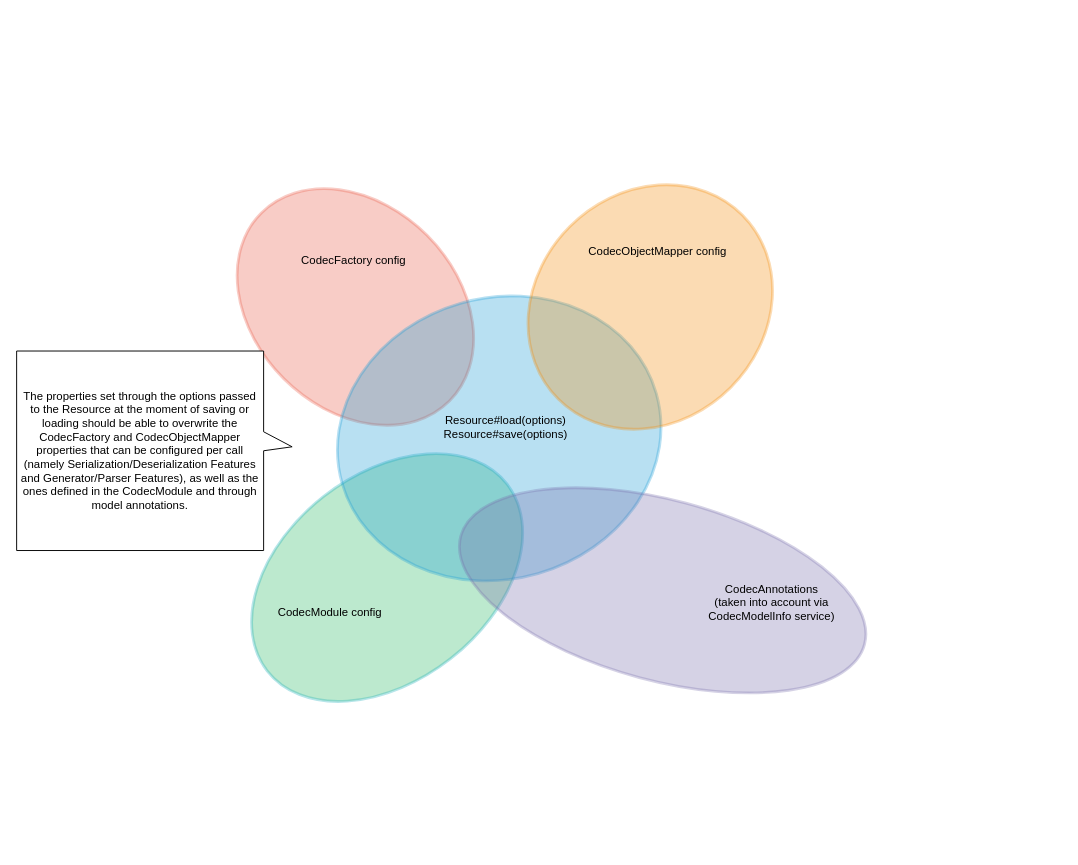
The draw.io diagram docs/codec-properties-overlap-diagram.drawio in geckoprojects-org/org.gecko.codec, before the edit. Source tidied: cells renumbered, new cells numbered last; positions are measured from the earlier drawing's top-left corner, leaving out a move shared by most shapes. Both pictures are drawn from the tidied source at 95%, with x=0, y=0 at pixel (16, 193).
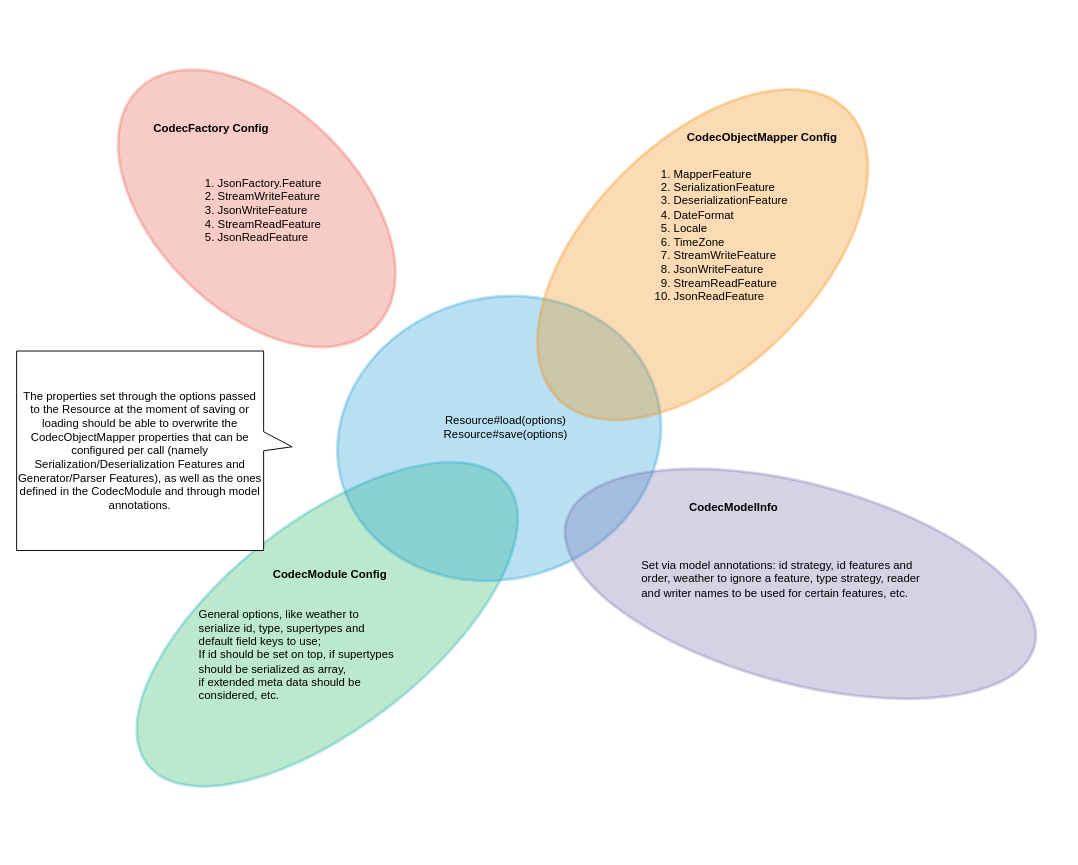
Above is the later version.

What changed in the source:
```diff
@@
 <mxGraphModel>
   <root>
     <mxCell id="0" />
     <mxCell id="1" parent="0" />
     <mxCell id="2" style="ellipse;whiteSpace=wrap;html=1;rounded=1;shadow=0;labelBackgroundColor=none;strokeColor=#e85642;strokeWidth=3;fillColor=#e85642;fontFamily=Helvetica;fontSize=14;fontColor=#2F5B7C;align=center;opacity=30;rotation=-135;" parent="1" vertex="1">
-      <mxGeometry x="216.6" y="12.9" width="280" height="213.4" as="geometry" />
+      <mxGeometry x="76.1" y="-90.8" width="353.4" height="213.4" as="geometry" />
     </mxCell>
     <mxCell id="3" style="ellipse;whiteSpace=wrap;html=1;rounded=1;shadow=0;labelBackgroundColor=none;strokeColor=#12aab5;strokeWidth=3;fillColor=#21B55C;fontFamily=Helvetica;fontSize=14;fontColor=#2F5B7C;align=center;opacity=30;rotation=142;" parent="1" vertex="1">
-      <mxGeometry x="230" y="296" width="320" height="216.9" as="geometry" />
+      <mxGeometry x="87" y="345.2" width="480" height="216.9" as="geometry" />
     </mxCell>
     <mxCell id="4" style="ellipse;whiteSpace=wrap;html=1;rounded=1;shadow=0;labelBackgroundColor=none;strokeColor=#1699d3;strokeWidth=3;fillColor=#1699d3;fontFamily=Helvetica;fontSize=14;fontColor=#2F5B7C;align=center;opacity=30;rotation=74;" parent="1" vertex="1">
       <mxGeometry x="360" y="86" width="296" height="344" as="geometry" />
     </mxCell>
     <mxCell id="5" style="ellipse;whiteSpace=wrap;html=1;rounded=1;shadow=0;labelBackgroundColor=none;strokeColor=#F08705;strokeWidth=3;fillColor=#F08705;fontFamily=Helvetica;fontSize=14;fontColor=#2F5B7C;align=center;opacity=30;rotation=-45;direction=west;" parent="1" vertex="1">
-      <mxGeometry x="530" y="-0.1" width="274" height="239.5" as="geometry" />
+      <mxGeometry x="507.2" y="-55.2" width="430" height="239.5" as="geometry" />
     </mxCell>
     <mxCell id="6" style="ellipse;whiteSpace=wrap;html=1;rounded=1;shadow=0;labelBackgroundColor=none;strokeColor=#736ca8;strokeWidth=3;fillColor=#736ca8;fontFamily=Helvetica;fontSize=14;fontColor=#2F5B7C;align=center;opacity=30;rotation=15;" parent="1" vertex="1">
-      <mxGeometry x="460" y="322.9" width="440" height="190" as="geometry" />
+      <mxGeometry x="570" y="306" width="510" height="210" as="geometry" />
     </mxCell>
     <mxCell id="7" value="Resource#load(options)&lt;div&gt;Resource#save(options)&lt;/div&gt;" style="text;html=1;align=center;verticalAlign=middle;whiteSpace=wrap;rounded=0;" parent="1" vertex="1">
       <mxGeometry x="450" y="226.4" width="130" height="39.6" as="geometry" />
     </mxCell>
-    <mxCell id="8" value="CodecAnnotations&lt;div&gt;(taken into account via CodecModelInfo service)&lt;/div&gt;" style="text;html=1;align=center;verticalAlign=middle;whiteSpace=wrap;rounded=0;" parent="1" vertex="1">
-      <mxGeometry x="710" y="406" width="170" height="50" as="geometry" />
+    <mxCell id="8" value="&lt;div&gt;&lt;b&gt;CodecModelInfo&lt;/b&gt;&lt;/div&gt;" style="text;html=1;align=center;verticalAlign=middle;whiteSpace=wrap;rounded=0;" parent="1" vertex="1">
+      <mxGeometry x="670" y="306" width="170" height="50" as="geometry" />
     </mxCell>
-    <mxCell id="9" value="CodecModule config" style="text;html=1;align=center;verticalAlign=middle;whiteSpace=wrap;rounded=0;" parent="1" vertex="1">
-      <mxGeometry x="260" y="426" width="140" height="30" as="geometry" />
+    <mxCell id="9" value="&lt;b&gt;CodecModule Config&lt;/b&gt;" style="text;html=1;align=center;verticalAlign=middle;whiteSpace=wrap;rounded=0;" parent="1" vertex="1">
+      <mxGeometry x="260" y="386" width="140" height="30" as="geometry" />
     </mxCell>
-    <mxCell id="10" value="CodecFactory config" style="text;html=1;align=center;verticalAlign=middle;whiteSpace=wrap;rounded=0;" parent="1" vertex="1">
-      <mxGeometry x="270" y="56" width="170" height="30" as="geometry" />
+    <mxCell id="10" value="&lt;b&gt;CodecFactory Config&lt;/b&gt;" style="text;html=1;align=center;verticalAlign=middle;whiteSpace=wrap;rounded=0;" parent="1" vertex="1">
+      <mxGeometry x="120" y="-81.9" width="170" height="27.9" as="geometry" />
     </mxCell>
-    <mxCell id="11" value="CodecObjectMapper config" style="text;html=1;align=center;verticalAlign=middle;whiteSpace=wrap;rounded=0;" parent="1" vertex="1">
-      <mxGeometry x="590" y="46" width="170" height="30" as="geometry" />
+    <mxCell id="11" value="&lt;b&gt;CodecObjectMapper &lt;/b&gt;&lt;b style=&quot;background-color: initial;&quot;&gt;Config&lt;/b&gt;" style="text;html=1;align=center;verticalAlign=middle;whiteSpace=wrap;rounded=0;" parent="1" vertex="1">
+      <mxGeometry x="700" y="-74" width="170" height="30" as="geometry" />
     </mxCell>
-    <mxCell id="12" value="The properties set through the options passed to the Resource at the moment of saving or loading should be able to overwrite the CodecFactory and CodecObjectMapper properties that can be configured per call (namely Serialization/Deserialization Features and Generator/Parser Features), as well as the ones defined in the CodecModule and through model annotations." style="shape=callout;whiteSpace=wrap;html=1;perimeter=calloutPerimeter;size=30;position=0.5;direction=north;position2=0.52;" parent="1" vertex="1">
+    <mxCell id="12" value="The properties set through the options passed to the Resource at the moment of saving or loading should be able to overwrite the CodecObjectMapper properties that can be configured per call (namely Serialization/Deserialization Features and Generator/Parser Features), as well as the ones defined in the CodecModule and through model annotations." style="shape=callout;whiteSpace=wrap;html=1;perimeter=calloutPerimeter;size=30;position=0.5;direction=north;position2=0.52;" parent="1" vertex="1">
       <mxGeometry y="166" width="290" height="210" as="geometry" />
     </mxCell>
+    <mxCell id="13" value="&lt;ol&gt;&lt;li&gt;JsonFactory.Feature&lt;/li&gt;&lt;li&gt;StreamWriteFeature&lt;/li&gt;&lt;li&gt;JsonWriteFeature&lt;/li&gt;&lt;li&gt;StreamReadFeature&lt;/li&gt;&lt;li&gt;JsonReadFeature&lt;/li&gt;&lt;/ol&gt;" style="text;html=1;align=left;verticalAlign=middle;whiteSpace=wrap;rounded=0;" parent="1" vertex="1">
+      <mxGeometry x="170" y="-30.1" width="170" height="96.1" as="geometry" />
+    </mxCell>
+    <mxCell id="14" value="&lt;ol&gt;&lt;li&gt;&lt;span style=&quot;background-color: initial;&quot;&gt;MapperFeature&lt;/span&gt;&lt;/li&gt;&lt;li&gt;&lt;span style=&quot;background-color: initial;&quot;&gt;SerializationFeature&lt;/span&gt;&lt;/li&gt;&lt;li&gt;&lt;span style=&quot;background-color: initial;&quot;&gt;DeserializationFeature&lt;/span&gt;&lt;/li&gt;&lt;li&gt;&lt;span style=&quot;background-color: initial;&quot;&gt;DateFormat&lt;/span&gt;&lt;/li&gt;&lt;li&gt;&lt;span style=&quot;background-color: initial;&quot;&gt;Locale&lt;/span&gt;&lt;/li&gt;&lt;li&gt;&lt;span style=&quot;background-color: initial;&quot;&gt;TimeZone&lt;/span&gt;&lt;/li&gt;&lt;li&gt;&lt;span style=&quot;background-color: initial;&quot;&gt;StreamWriteFeature&lt;/span&gt;&lt;br&gt;&lt;/li&gt;&lt;li&gt;JsonWriteFeature&lt;/li&gt;&lt;li&gt;StreamReadFeature&lt;/li&gt;&lt;li&gt;JsonReadFeature&lt;/li&gt;&lt;/ol&gt;" style="text;html=1;align=left;verticalAlign=middle;whiteSpace=wrap;rounded=0;" parent="1" vertex="1">
+      <mxGeometry x="650" y="-24" width="170" height="136.6" as="geometry" />
+    </mxCell>
+    <mxCell id="15" value="General options, like weather to serialize id, type, supertypes and default field keys to use;&amp;nbsp;&lt;div&gt;If id should be set on top, if supertypes should be serialized as array,&amp;nbsp;&lt;/div&gt;&lt;div&gt;if extended meta data should be considered, etc.&lt;/div&gt;" style="text;html=1;align=left;verticalAlign=middle;whiteSpace=wrap;rounded=0;" parent="1" vertex="1">
+      <mxGeometry x="190" y="446" width="210" height="80" as="geometry" />
+    </mxCell>
+    <mxCell id="16" value="Set via model annotations: id strategy, id features and order, weather to ignore a feature, type strategy, reader and writer names to be used for certain features, etc." style="text;html=1;align=left;verticalAlign=middle;whiteSpace=wrap;rounded=0;" parent="1" vertex="1">
+      <mxGeometry x="656" y="366" width="314" height="80" as="geometry" />
+    </mxCell>
   </root>
 </mxGraphModel>
```
